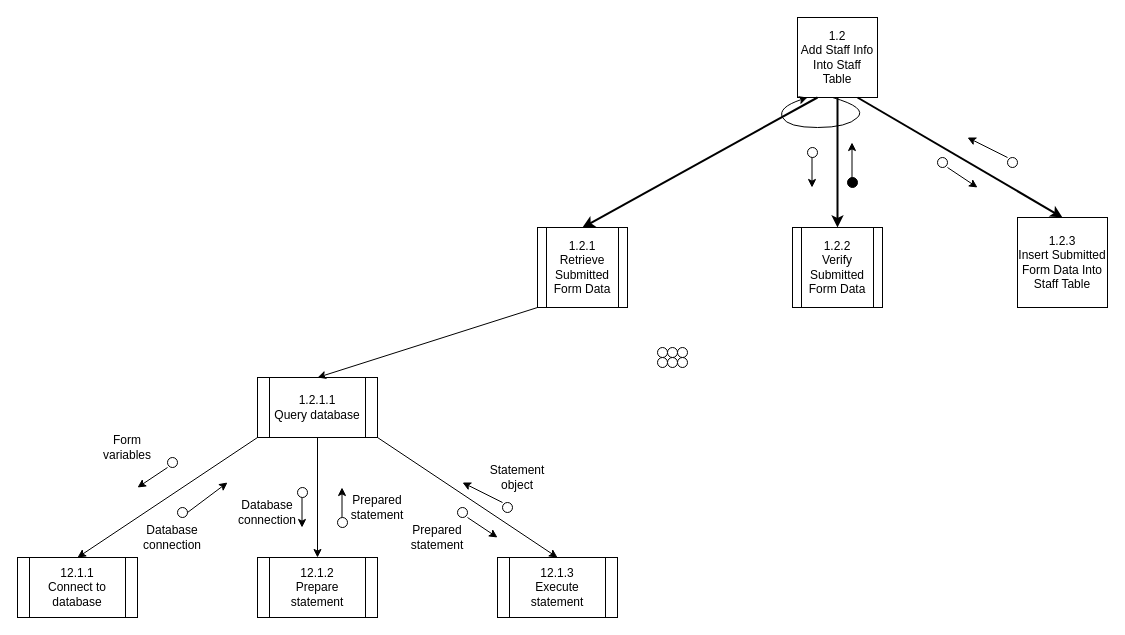
The draw.io diagram page "1.2 Add Staff Info Into Staff Table" (2 of 2) of Diagrams/StructureCharts/Proc1CreateStaff.drawio in Harlento/SchedulingSystem, before the edit. Source tidied: cells renumbered, new cells numbered last; positions are measured from the earlier drawing's top-left corner, leaving out a move shared by most shapes. Both pictures are drawn from the tidied source at 100%, with x=0, y=0 at pixel (17, 17).
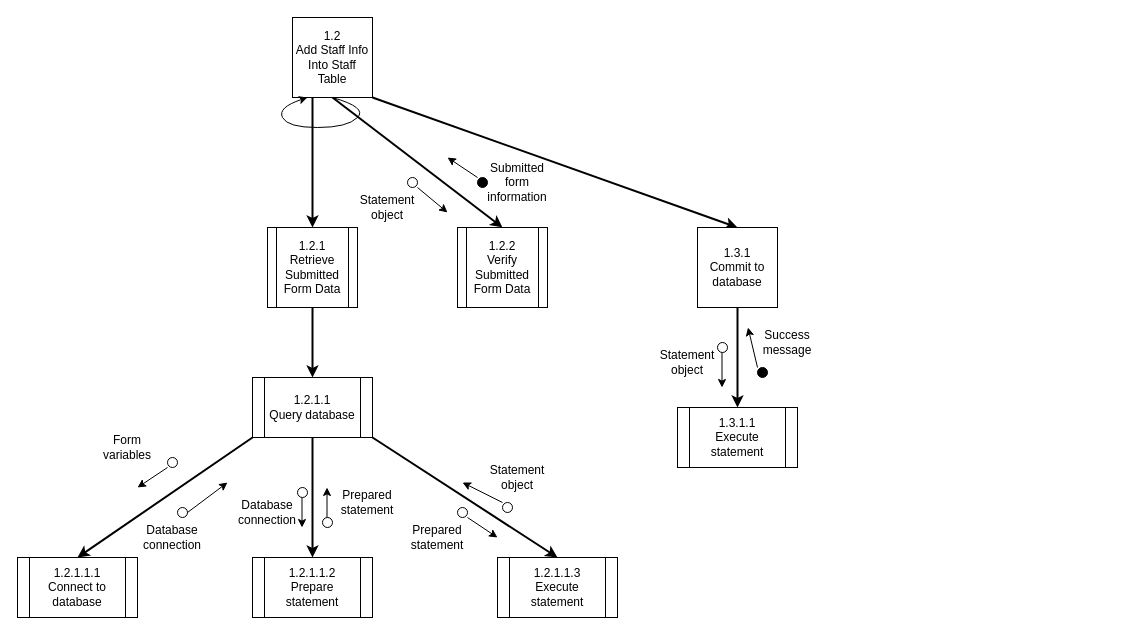
The same page after the edit.

Diff of the diagram source:
```diff
@@
     <mxCell id="2" value="1.2&lt;br&gt;Add Staff Info Into Staff Table" style="whiteSpace=wrap;html=1;" parent="1" vertex="1">
-      <mxGeometry x="780" width="80" height="80" as="geometry" />
+      <mxGeometry x="275" width="80" height="80" as="geometry" />
     </mxCell>
@@
     <mxCell id="4" value="&lt;span style=&quot;white-space: normal&quot;&gt;1.2.1&lt;br&gt;&lt;/span&gt;Retrieve Submitted Form Data" style="shape=process;whiteSpace=wrap;html=1;backgroundOutline=1;" parent="1" vertex="1">
-      <mxGeometry x="520" y="210" width="90" height="80" as="geometry" />
+      <mxGeometry x="250" y="210" width="90" height="80" as="geometry" />
     </mxCell>
     <mxCell id="5" value="&lt;span style=&quot;white-space: normal&quot;&gt;1.2.2&lt;br&gt;&lt;/span&gt;Verify Submitted Form Data" style="shape=process;whiteSpace=wrap;html=1;backgroundOutline=1;" parent="1" vertex="1">
-      <mxGeometry x="775" y="210" width="90" height="80" as="geometry" />
+      <mxGeometry x="440" y="210" width="90" height="80" as="geometry" />
     </mxCell>
@@
-    <mxCell id="7" style="endArrow=classic;html=1;strokeWidth=2;entryX=0.5;entryY=0;entryDx=0;entryDy=0;exitX=0.75;exitY=1;exitDx=0;exitDy=0;" parent="1" edge="1" source="2" target="8">
+    <mxCell id="7" style="endArrow=classic;html=1;strokeWidth=2;exitX=1;exitY=1;exitDx=0;exitDy=0;entryX=0.5;entryY=0;entryDx=0;entryDy=0;" parent="1" edge="1" source="2" target="53">
       <mxGeometry relative="1" as="geometry" />
     </mxCell>
-    <mxCell id="8" value="1.2.3&lt;br&gt;Insert Submitted Form Data Into Staff Table" style="whiteSpace=wrap;html=1;" parent="1" vertex="1">
-      <mxGeometry x="1000" y="200" width="90" height="90" as="geometry" />
-    </mxCell>
     <mxCell id="9" style="endArrow=classic;html=1;curved=1;" parent="1" edge="1">
       <mxGeometry relative="1" as="geometry">
-        <mxPoint x="815" y="80" as="sourcePoint" />
-        <mxPoint x="790" y="80" as="targetPoint" />
+        <mxPoint x="315" y="80" as="sourcePoint" />
+        <mxPoint x="290" y="80" as="targetPoint" />
         <Array as="points">
-          <mxPoint x="850" y="90" />
-          <mxPoint x="830" y="110" />
-          <mxPoint x="770" y="110" />
-          <mxPoint x="760" y="90" />
+          <mxPoint x="350" y="90" />
+          <mxPoint x="330" y="110" />
+          <mxPoint x="270" y="110" />
+          <mxPoint x="260" y="90" />
         </Array>
       </mxGeometry>
     </mxCell>
@@
-    <mxCell id="11" style="ellipse;whiteSpace=wrap;html=1;" parent="1" vertex="1">
-      <mxGeometry x="650" y="340" width="10" height="10" as="geometry" />
-    </mxCell>
-    <mxCell id="12" style="ellipse;whiteSpace=wrap;html=1;" parent="1" vertex="1">
-      <mxGeometry x="990" y="140" width="10" height="10" as="geometry" />
+    <mxCell id="12" style="ellipse;whiteSpace=wrap;html=1;fillColor=#000000;" parent="1" vertex="1">
+      <mxGeometry x="740" y="350" width="10" height="10" as="geometry" />
     </mxCell>
     <mxCell id="13" style="ellipse;whiteSpace=wrap;html=1;" parent="1" vertex="1">
-      <mxGeometry x="920" y="140" width="10" height="10" as="geometry" />
+      <mxGeometry x="700" y="325" width="10" height="10" as="geometry" />
     </mxCell>
     <mxCell id="14" style="ellipse;whiteSpace=wrap;html=1;fillColor=#000000;" parent="1" vertex="1">
-      <mxGeometry x="830" y="160" width="10" height="10" as="geometry" />
+      <mxGeometry x="460" y="160" width="10" height="10" as="geometry" />
     </mxCell>
     <mxCell id="15" style="ellipse;whiteSpace=wrap;html=1;" parent="1" vertex="1">
-      <mxGeometry x="790" y="130" width="10" height="10" as="geometry" />
+      <mxGeometry x="390" y="160" width="10" height="10" as="geometry" />
     </mxCell>
@@
     <mxCell id="19" style="endArrow=classic;html=1;" parent="1" edge="1">
       <mxGeometry relative="1" as="geometry">
-        <mxPoint x="794.5" y="140" as="sourcePoint" />
-        <mxPoint x="794.5" y="170" as="targetPoint" />
+        <mxPoint x="400" y="170" as="sourcePoint" />
+        <mxPoint x="430" y="195" as="targetPoint" />
       </mxGeometry>
     </mxCell>
     <mxCell id="20" style="endArrow=classic;html=1;" parent="1" edge="1">
       <mxGeometry relative="1" as="geometry">
-        <mxPoint x="834.5" y="165" as="sourcePoint" />
-        <mxPoint x="834.5" y="125" as="targetPoint" />
+        <mxPoint x="460" y="160" as="sourcePoint" />
+        <mxPoint x="430" y="140" as="targetPoint" />
       </mxGeometry>
     </mxCell>
     <mxCell id="21" style="endArrow=classic;html=1;" parent="1" edge="1">
       <mxGeometry relative="1" as="geometry">
-        <mxPoint x="930" y="150" as="sourcePoint" />
-        <mxPoint x="960" y="170" as="targetPoint" />
+        <mxPoint x="704.5" y="335" as="sourcePoint" />
+        <mxPoint x="704.5" y="370" as="targetPoint" />
       </mxGeometry>
     </mxCell>
     <mxCell id="22" style="endArrow=classic;html=1;" parent="1" edge="1">
       <mxGeometry relative="1" as="geometry">
-        <mxPoint x="990" y="140" as="sourcePoint" />
-        <mxPoint x="950" y="120" as="targetPoint" />
+        <mxPoint x="740" y="350" as="sourcePoint" />
+        <mxPoint x="730.5" y="310" as="targetPoint" />
       </mxGeometry>
     </mxCell>
@@
     <mxCell id="24" value="1.2.1.1&lt;br&gt;Query database" style="shape=process;whiteSpace=wrap;html=1;backgroundOutline=1;" parent="1" vertex="1">
-      <mxGeometry x="240" y="360" width="120" height="60" as="geometry" />
+      <mxGeometry x="235" y="360" width="120" height="60" as="geometry" />
     </mxCell>
-    <mxCell id="25" value="12.1.1&lt;br&gt;Connect to database" style="shape=process;whiteSpace=wrap;html=1;backgroundOutline=1;" parent="1" vertex="1">
+    <mxCell id="25" value="1.2.1.1.1&lt;br&gt;Connect to database" style="shape=process;whiteSpace=wrap;html=1;backgroundOutline=1;" parent="1" vertex="1">
       <mxGeometry y="540" width="120" height="60" as="geometry" />
     </mxCell>
-    <mxCell id="26" value="12.1.2&lt;br&gt;Prepare statement" style="shape=process;whiteSpace=wrap;html=1;backgroundOutline=1;" parent="1" vertex="1">
-      <mxGeometry x="240" y="540" width="120" height="60" as="geometry" />
+    <mxCell id="26" value="1.2.1.1.2&lt;br&gt;Prepare statement" style="shape=process;whiteSpace=wrap;html=1;backgroundOutline=1;" parent="1" vertex="1">
+      <mxGeometry x="235" y="540" width="120" height="60" as="geometry" />
     </mxCell>
-    <mxCell id="27" value="&lt;span style=&quot;white-space: normal&quot;&gt;12.1.3&lt;/span&gt;&lt;br style=&quot;white-space: normal&quot;&gt;&lt;span style=&quot;white-space: normal&quot;&gt;Execute statement&lt;/span&gt;" style="shape=process;whiteSpace=wrap;html=1;backgroundOutline=1;fillColor=#FFFFFF;" parent="1" vertex="1">
+    <mxCell id="27" value="&lt;span style=&quot;white-space: normal&quot;&gt;1.2.1.1.3&lt;/span&gt;&lt;br style=&quot;white-space: normal&quot;&gt;&lt;span style=&quot;white-space: normal&quot;&gt;Execute statement&lt;/span&gt;" style="shape=process;whiteSpace=wrap;html=1;backgroundOutline=1;fillColor=#FFFFFF;" parent="1" vertex="1">
       <mxGeometry x="480" y="540" width="120" height="60" as="geometry" />
     </mxCell>
-    <mxCell id="28" style="endArrow=classic;html=1;entryX=0.5;entryY=0;entryDx=0;entryDy=0;exitX=0;exitY=1;exitDx=0;exitDy=0;" parent="1" edge="1" source="4" target="24">
+    <mxCell id="28" style="endArrow=classic;html=1;entryX=0.5;entryY=0;entryDx=0;entryDy=0;exitX=0.5;exitY=1;exitDx=0;exitDy=0;strokeWidth=2;" parent="1" edge="1" source="4" target="24">
       <mxGeometry relative="1" as="geometry" />
     </mxCell>
-    <mxCell id="29" style="endArrow=classic;html=1;exitX=0;exitY=1;exitDx=0;exitDy=0;entryX=0.5;entryY=0;entryDx=0;entryDy=0;" parent="1" edge="1" source="24" target="25">
+    <mxCell id="29" style="endArrow=classic;html=1;exitX=0;exitY=1;exitDx=0;exitDy=0;entryX=0.5;entryY=0;entryDx=0;entryDy=0;strokeWidth=2;" parent="1" edge="1" source="24" target="25">
       <mxGeometry relative="1" as="geometry" />
     </mxCell>
-    <mxCell id="30" style="endArrow=classic;html=1;exitX=0.5;exitY=1;exitDx=0;exitDy=0;entryX=0.5;entryY=0;entryDx=0;entryDy=0;" parent="1" edge="1" source="24" target="26">
+    <mxCell id="30" style="endArrow=classic;html=1;exitX=0.5;exitY=1;exitDx=0;exitDy=0;entryX=0.5;entryY=0;entryDx=0;entryDy=0;strokeWidth=2;" parent="1" edge="1" source="24" target="26">
       <mxGeometry relative="1" as="geometry" />
     </mxCell>
-    <mxCell id="31" style="endArrow=classic;html=1;exitX=1;exitY=1;exitDx=0;exitDy=0;entryX=0.5;entryY=0;entryDx=0;entryDy=0;" parent="1" edge="1" source="24" target="27">
+    <mxCell id="31" style="endArrow=classic;html=1;exitX=1;exitY=1;exitDx=0;exitDy=0;entryX=0.5;entryY=0;entryDx=0;entryDy=0;strokeWidth=2;" parent="1" edge="1" source="24" target="27">
       <mxGeometry relative="1" as="geometry" />
     </mxCell>
@@
-    <mxCell id="34" style="ellipse;whiteSpace=wrap;html=1;" parent="1" vertex="1">
-      <mxGeometry x="660" y="340" width="10" height="10" as="geometry" />
-    </mxCell>
-    <mxCell id="35" style="ellipse;whiteSpace=wrap;html=1;" parent="1" vertex="1">
-      <mxGeometry x="660" y="330" width="10" height="10" as="geometry" />
-    </mxCell>
-    <mxCell id="36" style="ellipse;whiteSpace=wrap;html=1;" parent="1" vertex="1">
-      <mxGeometry x="650" y="330" width="10" height="10" as="geometry" />
-    </mxCell>
-    <mxCell id="37" style="ellipse;whiteSpace=wrap;html=1;" parent="1" vertex="1">
-      <mxGeometry x="640" y="330" width="10" height="10" as="geometry" />
-    </mxCell>
-    <mxCell id="38" style="ellipse;whiteSpace=wrap;html=1;" parent="1" vertex="1">
-      <mxGeometry x="640" y="340" width="10" height="10" as="geometry" />
-    </mxCell>
@@
     <mxCell id="41" style="ellipse;whiteSpace=wrap;html=1;direction=south;" parent="1" vertex="1">
-      <mxGeometry x="320" y="500" width="10" height="10" as="geometry" />
+      <mxGeometry x="305" y="500" width="10" height="10" as="geometry" />
     </mxCell>
@@
     <mxCell id="43" style="endArrow=classic;html=1;" parent="1" edge="1">
       <mxGeometry relative="1" as="geometry">
-        <mxPoint x="324.5" y="500" as="sourcePoint" />
-        <mxPoint x="324.5" y="470" as="targetPoint" />
+        <mxPoint x="309.5" y="500" as="sourcePoint" />
+        <mxPoint x="309.5" y="470" as="targetPoint" />
       </mxGeometry>
     </mxCell>
@@
     <mxCell id="45" value="Prepared statement" style="text;html=1;strokeColor=none;fillColor=none;align=center;verticalAlign=middle;whiteSpace=wrap;rounded=0;" parent="1" vertex="1">
-      <mxGeometry x="340" y="480" width="40" height="20" as="geometry" />
+      <mxGeometry x="330" y="475" width="40" height="20" as="geometry" />
     </mxCell>
@@
+    <mxCell id="50" value="Statement object" style="text;html=1;strokeColor=none;fillColor=none;align=center;verticalAlign=middle;whiteSpace=wrap;rounded=0;" parent="1" vertex="1">
+      <mxGeometry x="350" y="180" width="40" height="20" as="geometry" />
+    </mxCell>
+    <mxCell id="51" value="Submitted form information" style="text;html=1;strokeColor=none;fillColor=none;align=center;verticalAlign=middle;whiteSpace=wrap;rounded=0;" parent="1" vertex="1">
+      <mxGeometry x="480" y="155" width="40" height="20" as="geometry" />
+    </mxCell>
+    <mxCell id="52" value="Statement object" style="text;html=1;strokeColor=none;fillColor=none;align=center;verticalAlign=middle;whiteSpace=wrap;rounded=0;" parent="1" vertex="1">
+      <mxGeometry x="650" y="335" width="40" height="20" as="geometry" />
+    </mxCell>
+    <mxCell id="53" value="1.3.1&lt;br&gt;Commit to database" style="whiteSpace=wrap;html=1;" parent="1" vertex="1">
+      <mxGeometry x="680" y="210" width="80" height="80" as="geometry" />
+    </mxCell>
+    <mxCell id="54" value="1.3.1.1&lt;br&gt;Execute statement" style="shape=process;whiteSpace=wrap;html=1;backgroundOutline=1;fillColor=#FFFFFF;" parent="1" vertex="1">
+      <mxGeometry x="660" y="390" width="120" height="60" as="geometry" />
+    </mxCell>
+    <mxCell id="55" style="endArrow=classic;html=1;entryX=0.5;entryY=0;entryDx=0;entryDy=0;exitX=0.5;exitY=1;exitDx=0;exitDy=0;strokeWidth=2;" parent="1" edge="1" source="53" target="54">
+      <mxGeometry relative="1" as="geometry" />
+    </mxCell>
+    <mxCell id="56" value="Success message" style="text;html=1;strokeColor=none;fillColor=none;align=center;verticalAlign=middle;whiteSpace=wrap;rounded=0;" parent="1" vertex="1">
+      <mxGeometry x="750" y="315" width="40" height="20" as="geometry" />
+    </mxCell>
```
